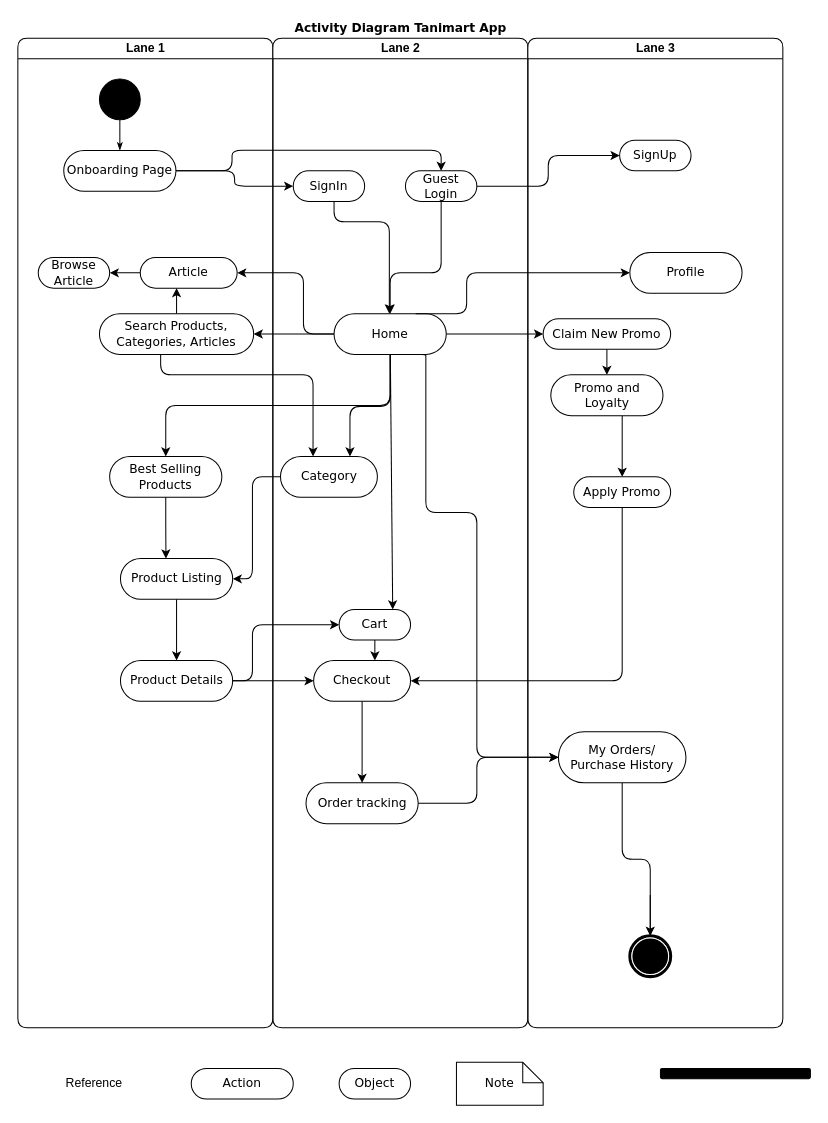
This is Untitled Diagram.drawio from DevX300/TaniMart-UML, a draw.io file, before an edit. Source tidied: cells renumbered, new cells numbered last; positions are measured from the earlier drawing's top-left corner, leaving out a move shared by most shapes. Both pictures are drawn from the tidied source at 102%, with x=0, y=0 at pixel (17, 17).
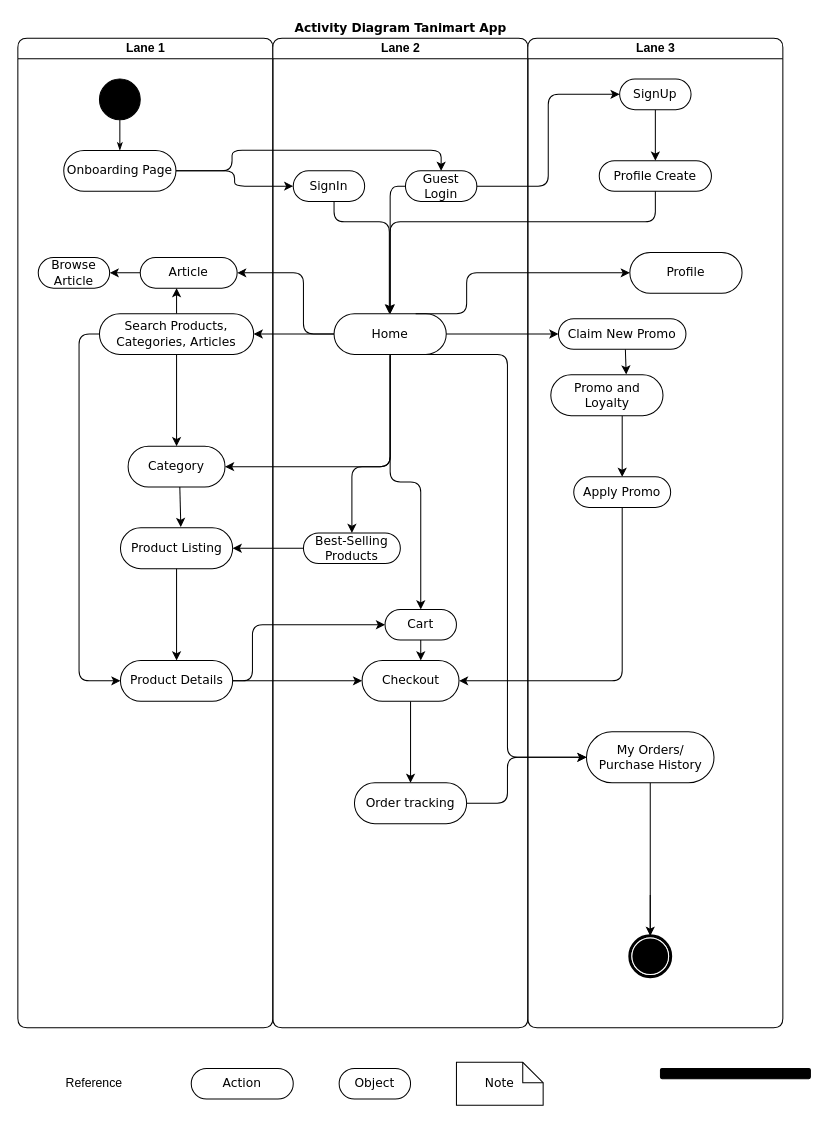
After the change.

Unchanged cells that the change refers to:
```xml
<mxCell id="2" value="Activity Diagram Tanimart App" style="swimlane;html=1;startSize=20;rounded=1;shadow=0;comic=0;labelBackgroundColor=none;strokeWidth=1;fontFamily=Verdana;fontSize=12;align=center;strokeColor=none;" parent="1" vertex="1">
  <mxGeometry width="750" height="990" as="geometry" />
</mxCell>
<mxCell id="3" value="Lane 1" style="swimlane;html=1;startSize=20;rounded=1;" parent="2" vertex="1">
  <mxGeometry y="20" width="250" height="970" as="geometry" />
</mxCell>
<mxCell id="11" value="Search Products, Categories, Articles" style="rounded=1;whiteSpace=wrap;html=1;shadow=0;comic=0;labelBackgroundColor=none;strokeWidth=1;fontFamily=Verdana;fontSize=12;align=center;arcSize=50;" parent="3" vertex="1">
  <mxGeometry x="80" y="270" width="151.2" height="40" as="geometry" />
</mxCell>
<mxCell id="16" value="Product Details" style="rounded=1;whiteSpace=wrap;html=1;shadow=0;comic=0;labelBackgroundColor=none;strokeWidth=1;fontFamily=Verdana;fontSize=12;align=center;arcSize=50;" parent="3" vertex="1">
  <mxGeometry x="100.6" y="610" width="110" height="40" as="geometry" />
</mxCell>
<mxCell id="17" value="Lane 2" style="swimlane;html=1;startSize=20;rounded=1;" parent="2" vertex="1">
  <mxGeometry x="250" y="20" width="250" height="970" as="geometry" />
</mxCell>
<mxCell id="19" value="Guest Login" style="rounded=1;whiteSpace=wrap;html=1;shadow=0;comic=0;labelBackgroundColor=none;strokeWidth=1;fontFamily=Verdana;fontSize=12;align=center;arcSize=50;" parent="17" vertex="1">
  <mxGeometry x="130" y="130" width="70" height="30" as="geometry" />
</mxCell>
<mxCell id="23" value="Home" style="rounded=1;whiteSpace=wrap;html=1;shadow=0;comic=0;labelBackgroundColor=none;strokeWidth=1;fontFamily=Verdana;fontSize=12;align=center;arcSize=50;" parent="17" vertex="1">
  <mxGeometry x="60" y="270" width="110" height="40" as="geometry" />
</mxCell>
<mxCell id="32" value="Lane 3" style="swimlane;html=1;startSize=20;rounded=1;" parent="2" vertex="1">
  <mxGeometry x="500" y="20" width="250" height="970" as="geometry" />
</mxCell>
<mxCell id="40" value="Promo and Loyalty" style="rounded=1;whiteSpace=wrap;html=1;shadow=0;comic=0;labelBackgroundColor=none;strokeWidth=1;fontFamily=Verdana;fontSize=12;align=center;arcSize=50;" parent="32" vertex="1">
  <mxGeometry x="22.5" y="330" width="110" height="40" as="geometry" />
</mxCell>
```

Change to the diagram source:
```diff
@@
+    <mxCell id="63" style="edgeStyle=orthogonalEdgeStyle;rounded=1;jettySize=auto;html=1;entryX=0;entryY=0.5;entryDx=0;entryDy=0;" parent="3" edge="1" source="11" target="16">
+      <mxGeometry relative="1" as="geometry">
+        <Array as="points">
+          <mxPoint x="60" y="290" />
+          <mxPoint x="60" y="630" />
+        </Array>
+      </mxGeometry>
+    </mxCell>
@@
-    <mxCell id="12" value="Best Selling Products" style="rounded=1;whiteSpace=wrap;html=1;shadow=0;comic=0;labelBackgroundColor=none;strokeWidth=1;fontFamily=Verdana;fontSize=12;align=center;arcSize=50;" parent="3" vertex="1">
-      <mxGeometry x="90" y="410" width="110" height="40" as="geometry" />
-    </mxCell>
-    <mxCell id="13" style="edgeStyle=orthogonalEdgeStyle;rounded=1;jettySize=auto;html=1;" parent="3" edge="1" source="14" target="16">
-      <mxGeometry relative="1" as="geometry" />
-    </mxCell>
-    <mxCell id="14" value="Product Listing" style="rounded=1;whiteSpace=wrap;html=1;shadow=0;comic=0;labelBackgroundColor=none;strokeWidth=1;fontFamily=Verdana;fontSize=12;align=center;arcSize=50;" parent="3" vertex="1">
-      <mxGeometry x="100.6" y="510" width="110" height="40" as="geometry" />
-    </mxCell>
-    <mxCell id="15" style="edgeStyle=orthogonalEdgeStyle;rounded=1;jettySize=auto;html=1;entryX=0.408;entryY=-0.048;entryDx=0;entryDy=0;entryPerimeter=0;exitX=0.5;exitY=1;exitDx=0;exitDy=0;" parent="3" edge="1" source="12">
-      <mxGeometry relative="1" as="geometry">
-        <mxPoint x="145.2" y="510.1" as="targetPoint" />
-      </mxGeometry>
-    </mxCell>
@@
     <mxCell id="18" style="edgeStyle=orthogonalEdgeStyle;rounded=1;jettySize=auto;html=1;entryX=0.5;entryY=0;entryDx=0;entryDy=0;" parent="17" edge="1" source="19" target="23">
       <mxGeometry relative="1" as="geometry">
         <Array as="points">
-          <mxPoint x="165" y="230" />
-          <mxPoint x="115" y="230" />
+          <mxPoint x="115" y="145" />
         </Array>
       </mxGeometry>
     </mxCell>
@@
-    <mxCell id="21" style="edgeStyle=orthogonalEdgeStyle;rounded=1;orthogonalLoop=1;jettySize=auto;html=1;entryX=0.717;entryY=-0.023;entryDx=0;entryDy=0;entryPerimeter=0;" parent="17" edge="1">
-      <mxGeometry relative="1" as="geometry">
-        <mxPoint x="115" y="310.9" as="sourcePoint" />
-        <mxPoint x="75.6" y="410" as="targetPoint" />
-        <Array as="points">
-          <mxPoint x="115" y="360.9" />
-          <mxPoint x="75.6" y="360.9" />
-        </Array>
-      </mxGeometry>
-    </mxCell>
-    <mxCell id="22" style="rounded=1;jettySize=auto;html=1;entryX=0.75;entryY=0;entryDx=0;entryDy=0;" parent="17" edge="1" source="23" target="28">
+    <mxCell id="22" style="edgeStyle=orthogonalEdgeStyle;rounded=1;jettySize=auto;html=1;entryX=0.5;entryY=0;entryDx=0;entryDy=0;" parent="17" edge="1" source="23" target="28">
       <mxGeometry relative="1" as="geometry" />
     </mxCell>
@@
-    <mxCell id="25" value="Category" style="rounded=1;whiteSpace=wrap;html=1;shadow=0;comic=0;labelBackgroundColor=none;strokeWidth=1;fontFamily=Verdana;fontSize=12;align=center;arcSize=50;" parent="17" vertex="1">
-      <mxGeometry x="7.5" y="410" width="95" height="40" as="geometry" />
-    </mxCell>
-    <mxCell id="26" style="edgeStyle=orthogonalEdgeStyle;rounded=1;orthogonalLoop=1;jettySize=auto;html=1;" parent="17" edge="1">
-      <mxGeometry relative="1" as="geometry">
-        <mxPoint x="-110" y="310" as="sourcePoint" />
-        <mxPoint x="39.4" y="410" as="targetPoint" />
-        <Array as="points">
-          <mxPoint x="-110" y="330" />
-          <mxPoint x="39.4" y="330" />
-        </Array>
-      </mxGeometry>
-    </mxCell>
     <mxCell id="27" style="edgeStyle=orthogonalEdgeStyle;rounded=1;jettySize=auto;html=1;" parent="17" edge="1" source="28" target="30">
       <mxGeometry relative="1" as="geometry">
         <Array as="points">
-          <mxPoint x="100" y="610" />
-          <mxPoint x="100" y="610" />
+          <mxPoint x="147.5" y="610" />
+          <mxPoint x="147.5" y="610" />
         </Array>
       </mxGeometry>
     </mxCell>
     <mxCell id="28" value="Cart" style="rounded=1;whiteSpace=wrap;html=1;shadow=0;comic=0;labelBackgroundColor=none;strokeWidth=1;fontFamily=Verdana;fontSize=12;align=center;arcSize=50;" parent="17" vertex="1">
-      <mxGeometry x="65" y="560" width="70" height="30" as="geometry" />
+      <mxGeometry x="110" y="560" width="70" height="30" as="geometry" />
     </mxCell>
@@
     <mxCell id="30" value="Checkout" style="rounded=1;whiteSpace=wrap;html=1;shadow=0;comic=0;labelBackgroundColor=none;strokeWidth=1;fontFamily=Verdana;fontSize=12;align=center;arcSize=50;" parent="17" vertex="1">
-      <mxGeometry x="40" y="610" width="95" height="40" as="geometry" />
+      <mxGeometry x="87.5" y="610" width="95" height="40" as="geometry" />
     </mxCell>
     <mxCell id="31" value="Order tracking" style="rounded=1;whiteSpace=wrap;html=1;shadow=0;comic=0;labelBackgroundColor=none;strokeWidth=1;fontFamily=Verdana;fontSize=12;align=center;arcSize=50;" parent="17" vertex="1">
-      <mxGeometry x="32.5" y="730" width="110" height="40" as="geometry" />
+      <mxGeometry x="80" y="730" width="110" height="40" as="geometry" />
     </mxCell>
+    <mxCell id="64" style="edgeStyle=orthogonalEdgeStyle;rounded=1;jettySize=auto;html=1;entryX=1;entryY=0.5;entryDx=0;entryDy=0;" parent="17" edge="1" target="25">
+      <mxGeometry relative="1" as="geometry">
+        <mxPoint x="115" y="311" as="sourcePoint" />
+        <Array as="points">
+          <mxPoint x="115" y="420" />
+        </Array>
+      </mxGeometry>
+    </mxCell>
+    <mxCell id="52" style="edgeStyle=orthogonalEdgeStyle;rounded=1;jettySize=auto;html=1;entryX=0.5;entryY=0;entryDx=0;entryDy=0;" parent="17" edge="1" source="23" target="12">
+      <mxGeometry relative="1" as="geometry">
+        <Array as="points">
+          <mxPoint x="115" y="420" />
+          <mxPoint x="77.5" y="420" />
+        </Array>
+      </mxGeometry>
+    </mxCell>
+    <mxCell id="25" value="Category" style="rounded=1;whiteSpace=wrap;html=1;shadow=0;comic=0;labelBackgroundColor=none;strokeWidth=1;fontFamily=Verdana;fontSize=12;align=center;arcSize=50;" parent="17" vertex="1">
+      <mxGeometry x="-141.9" y="400" width="95" height="40" as="geometry" />
+    </mxCell>
+    <mxCell id="53" style="rounded=1;jettySize=auto;html=1;entryX=0.538;entryY=-0.02;entryDx=0;entryDy=0;exitX=0.533;exitY=0.998;exitDx=0;exitDy=0;exitPerimeter=0;entryPerimeter=0;" parent="17" edge="1" target="14">
+      <mxGeometry relative="1" as="geometry">
+        <mxPoint x="-91.2" y="440" as="sourcePoint" />
+      </mxGeometry>
+    </mxCell>
+    <mxCell id="14" value="Product Listing" style="rounded=1;whiteSpace=wrap;html=1;shadow=0;comic=0;labelBackgroundColor=none;strokeWidth=1;fontFamily=Verdana;fontSize=12;align=center;arcSize=50;" parent="17" vertex="1">
+      <mxGeometry x="-149.4" y="480" width="110" height="40" as="geometry" />
+    </mxCell>
+    <mxCell id="12" value="Best-Selling Products" style="rounded=1;whiteSpace=wrap;html=1;shadow=0;comic=0;labelBackgroundColor=none;strokeWidth=1;fontFamily=Verdana;fontSize=12;align=center;arcSize=50;" parent="17" vertex="1">
+      <mxGeometry x="30" y="485" width="95" height="30" as="geometry" />
+    </mxCell>
+    <mxCell id="65" style="edgeStyle=orthogonalEdgeStyle;rounded=1;jettySize=auto;html=1;" parent="17" edge="1" source="12" target="14">
+      <mxGeometry relative="1" as="geometry" />
+    </mxCell>
@@
+    <mxCell id="66" style="edgeStyle=orthogonalEdgeStyle;rounded=1;jettySize=auto;html=1;" parent="32" edge="1" source="35" target="67">
+      <mxGeometry relative="1" as="geometry" />
+    </mxCell>
     <mxCell id="35" value="SignUp" style="rounded=1;whiteSpace=wrap;html=1;shadow=0;comic=0;labelBackgroundColor=none;strokeWidth=1;fontFamily=Verdana;fontSize=12;align=center;arcSize=50;" parent="32" vertex="1">
-      <mxGeometry x="90" y="100" width="70" height="30" as="geometry" />
+      <mxGeometry x="90" y="40" width="70" height="30" as="geometry" />
     </mxCell>
@@
-    <mxCell id="37" style="edgeStyle=orthogonalEdgeStyle;rounded=1;jettySize=auto;html=1;" parent="32" edge="1" source="38" target="40">
-      <mxGeometry relative="1" as="geometry" />
+    <mxCell id="37" style="rounded=1;jettySize=auto;html=1;entryX=0.672;entryY=-0.008;entryDx=0;entryDy=0;entryPerimeter=0;" parent="32" edge="1" target="40">
+      <mxGeometry relative="1" as="geometry">
+        <mxPoint x="95.6" y="305" as="sourcePoint" />
+      </mxGeometry>
     </mxCell>
     <mxCell id="38" value="Claim New Promo" style="rounded=1;whiteSpace=wrap;html=1;shadow=0;comic=0;labelBackgroundColor=none;strokeWidth=1;fontFamily=Verdana;fontSize=12;align=center;arcSize=50;" parent="32" vertex="1">
-      <mxGeometry x="15" y="275" width="125" height="30" as="geometry" />
+      <mxGeometry x="30" y="275" width="125" height="30" as="geometry" />
     </mxCell>
@@
     <mxCell id="44" value="My Orders/&lt;br&gt;Purchase History" style="rounded=1;whiteSpace=wrap;html=1;shadow=0;comic=0;labelBackgroundColor=none;strokeWidth=1;fontFamily=Verdana;fontSize=12;align=center;arcSize=50;" parent="32" vertex="1">
-      <mxGeometry x="30" y="680" width="125" height="50" as="geometry" />
+      <mxGeometry x="57.5" y="680" width="125" height="50" as="geometry" />
     </mxCell>
-    <mxCell id="45" style="edgeStyle=orthogonalEdgeStyle;rounded=1;jettySize=auto;html=1;entryX=0.5;entryY=0;entryDx=0;entryDy=0;exitX=0.75;exitY=1;exitDx=0;exitDy=0;" parent="32" edge="1" source="23">
-      <mxGeometry relative="1" as="geometry">
-        <mxPoint x="30" y="705" as="targetPoint" />
-        <Array as="points">
-          <mxPoint x="-100" y="310" />
-          <mxPoint x="-100" y="312.5" />
-          <mxPoint x="-100" y="312.5" />
-          <mxPoint x="-100" y="465" />
-          <mxPoint x="-50" y="465" />
-          <mxPoint x="-50" y="705" />
-        </Array>
-      </mxGeometry>
-    </mxCell>
+    <mxCell id="67" value="Profile Create" style="rounded=1;whiteSpace=wrap;html=1;shadow=0;comic=0;labelBackgroundColor=none;strokeWidth=1;fontFamily=Verdana;fontSize=12;align=center;arcSize=50;" parent="32" vertex="1">
+      <mxGeometry x="70" y="120" width="110" height="30" as="geometry" />
+    </mxCell>
@@
-    <mxCell id="52" style="edgeStyle=orthogonalEdgeStyle;rounded=1;jettySize=auto;html=1;entryX=0.5;entryY=0;entryDx=0;entryDy=0;" parent="2" edge="1" source="23" target="12">
-      <mxGeometry relative="1" as="geometry">
-        <Array as="points">
-          <mxPoint x="365" y="380" />
-          <mxPoint x="145" y="380" />
-        </Array>
-      </mxGeometry>
-    </mxCell>
-    <mxCell id="53" style="edgeStyle=orthogonalEdgeStyle;rounded=1;jettySize=auto;html=1;entryX=1;entryY=0.5;entryDx=0;entryDy=0;" parent="2" edge="1" source="25" target="14">
-      <mxGeometry relative="1" as="geometry">
-        <Array as="points">
-          <mxPoint x="230" y="450" />
-          <mxPoint x="230" y="550" />
-        </Array>
-      </mxGeometry>
-    </mxCell>
@@
     <mxCell id="57" style="edgeStyle=orthogonalEdgeStyle;rounded=1;jettySize=auto;html=1;entryX=0;entryY=0.5;entryDx=0;entryDy=0;" parent="2" edge="1" source="31" target="44">
       <mxGeometry relative="1" as="geometry">
         <Array as="points">
-          <mxPoint x="450" y="770" />
-          <mxPoint x="450" y="725" />
+          <mxPoint x="480" y="770" />
+          <mxPoint x="480" y="725" />
         </Array>
       </mxGeometry>
     </mxCell>
+    <mxCell id="68" style="edgeStyle=orthogonalEdgeStyle;rounded=1;jettySize=auto;html=1;entryX=0.5;entryY=0;entryDx=0;entryDy=0;" parent="2" edge="1" source="67" target="23">
+      <mxGeometry relative="1" as="geometry">
+        <Array as="points">
+          <mxPoint x="625" y="200" />
+          <mxPoint x="365" y="200" />
+        </Array>
+      </mxGeometry>
+    </mxCell>
+    <mxCell id="45" style="edgeStyle=orthogonalEdgeStyle;rounded=1;jettySize=auto;html=1;entryX=0;entryY=0.5;entryDx=0;entryDy=0;exitX=0.75;exitY=1;exitDx=0;exitDy=0;" parent="2" edge="1" source="23" target="44">
+      <mxGeometry relative="1" as="geometry">
+        <Array as="points">
+          <mxPoint x="480" y="330" />
+          <mxPoint x="480" y="725" />
+        </Array>
+      </mxGeometry>
+    </mxCell>
+    <mxCell id="13" style="edgeStyle=orthogonalEdgeStyle;rounded=1;jettySize=auto;html=1;" parent="2" edge="1" source="14" target="16">
+      <mxGeometry relative="1" as="geometry" />
+    </mxCell>
+    <mxCell id="26" style="rounded=1;jettySize=auto;html=1;entryX=0.5;entryY=0;entryDx=0;entryDy=0;exitX=0.5;exitY=1;exitDx=0;exitDy=0;" parent="2" edge="1" source="11" target="25">
+      <mxGeometry relative="1" as="geometry" />
+    </mxCell>
```
